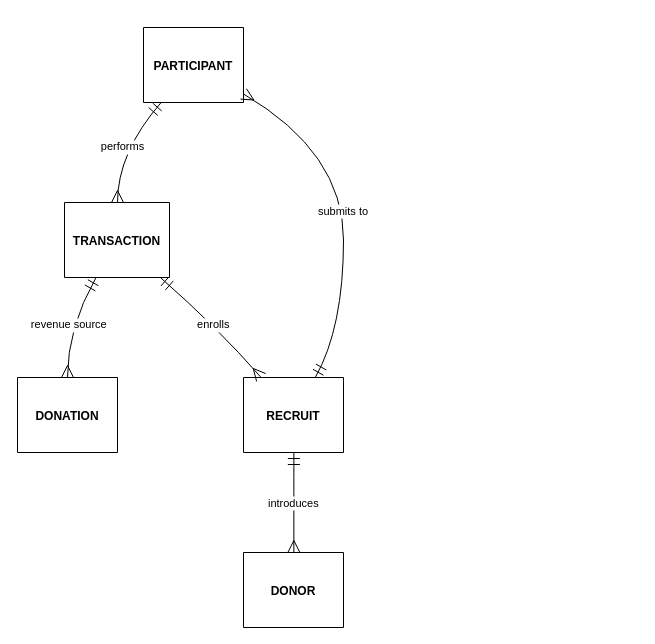
Earlier version of the draw.io diagram Untitled Diagram.drawio (gbt-tryidol/gbt-trust). Source tidied: cells renumbered, new cells numbered last; positions are measured from the earlier drawing's top-left corner, leaving out a move shared by most shapes. Both pictures are drawn from the tidied source at 100%, with x=0, y=0 at pixel (17, 27).
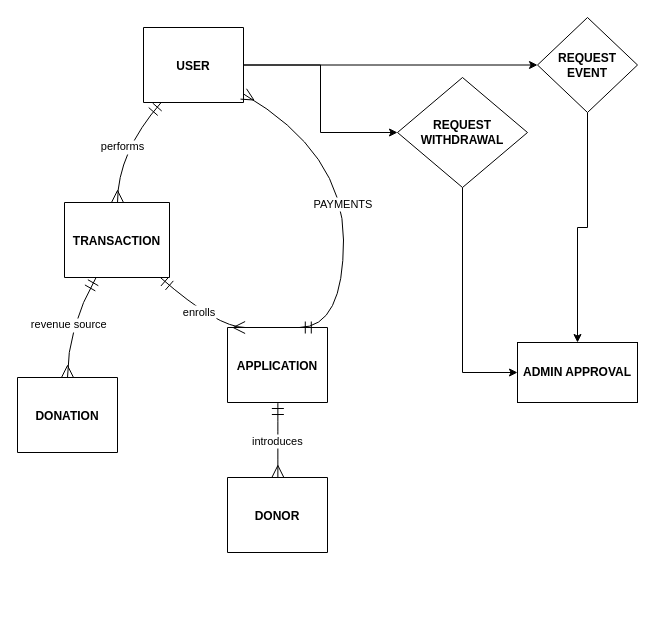
The same page after the edit.

Diff of the diagram source:
```diff
@@
+    <mxCell id="12" style="edgeStyle=orthogonalEdgeStyle;rounded=0;jettySize=auto;html=1;" parent="1" edge="1" source="2" target="15">
+      <mxGeometry relative="1" as="geometry">
+        <Array as="points">
+          <mxPoint x="520" y="30" />
+          <mxPoint x="520" y="30" />
+        </Array>
+      </mxGeometry>
+    </mxCell>
+    <mxCell id="13" style="edgeStyle=orthogonalEdgeStyle;rounded=0;jettySize=auto;html=1;" parent="1" edge="1" source="2" target="18">
+      <mxGeometry relative="1" as="geometry" />
+    </mxCell>
-    <mxCell id="2" value="PARTICIPANT" style="shape=table;startSize=75;childLayout=tableLayout;rowLines=1;fontStyle=1;align=center;" parent="1" vertex="1">
+    <mxCell id="2" value="USER" style="shape=table;startSize=75;childLayout=tableLayout;rowLines=1;fontStyle=1;align=center;" parent="1" vertex="1">
       <mxGeometry x="126" width="100" height="75" as="geometry" />
     </mxCell>
@@
-    <mxCell id="5" value="RECRUIT" style="shape=table;startSize=75;childLayout=tableLayout;rowLines=1;fontStyle=1;align=center;" parent="1" vertex="1">
-      <mxGeometry x="226" y="350" width="100" height="75" as="geometry" />
+    <mxCell id="5" value="APPLICATION" style="shape=table;startSize=75;childLayout=tableLayout;rowLines=1;fontStyle=1;align=center;" parent="1" vertex="1">
+      <mxGeometry x="210" y="300" width="100" height="75" as="geometry" />
     </mxCell>
     <mxCell id="6" value="DONOR" style="shape=table;startSize=75;childLayout=tableLayout;rowLines=1;fontStyle=1;align=center;" parent="1" vertex="1">
-      <mxGeometry x="226" y="525" width="100" height="75" as="geometry" />
+      <mxGeometry x="210" y="450" width="100" height="75" as="geometry" />
     </mxCell>
@@
-    <mxCell id="10" value="submits to" style="curved=1;startArrow=ERmandOne;startSize=10;endArrow=ERmany;endSize=10;exitX=0.7178794642857145;exitY=0;entryX=1.00359375;entryY=0.888888888888889;" parent="1" edge="1" source="5" target="2">
+    <mxCell id="10" value="PAYMENTS" style="curved=1;startArrow=ERmandOne;startSize=10;endArrow=ERmany;endSize=10;exitX=0.7178794642857145;exitY=0;entryX=1.00359375;entryY=0.888888888888889;" parent="1" edge="1" source="5" target="2">
       <mxGeometry relative="1" as="geometry">
         <Array as="points">
           <mxPoint x="326" y="300" />
           <mxPoint x="326" y="125" />
         </Array>
       </mxGeometry>
     </mxCell>
@@
+    <mxCell id="14" style="edgeStyle=orthogonalEdgeStyle;rounded=0;jettySize=auto;html=1;" parent="1" edge="1" source="15" target="16">
+      <mxGeometry relative="1" as="geometry" />
+    </mxCell>
+    <mxCell id="15" value="REQUEST EVENT" style="rhombus;whiteSpace=wrap;html=1;startSize=75;fontStyle=1;" parent="1" vertex="1">
+      <mxGeometry x="520" y="-10" width="100" height="95" as="geometry" />
+    </mxCell>
+    <mxCell id="16" value="ADMIN APPROVAL" style="whiteSpace=wrap;html=1;startSize=75;fontStyle=1;" parent="1" vertex="1">
+      <mxGeometry x="500" y="315" width="120" height="60" as="geometry" />
+    </mxCell>
+    <mxCell id="17" style="edgeStyle=orthogonalEdgeStyle;rounded=0;jettySize=auto;html=1;entryX=0;entryY=0.5;entryDx=0;entryDy=0;" parent="1" edge="1" source="18" target="16">
+      <mxGeometry relative="1" as="geometry" />
+    </mxCell>
+    <mxCell id="18" value="REQUEST WITHDRAWAL" style="rhombus;whiteSpace=wrap;html=1;startSize=75;fontStyle=1;" parent="1" vertex="1">
+      <mxGeometry x="380" y="50" width="130" height="110" as="geometry" />
+    </mxCell>
```
